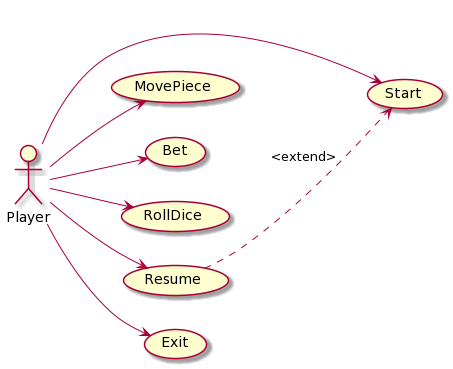
Before: rup/usecase/use_cases.png, a diagram exported from PlantUML (USantaTecla-game-backgammon/backgammon).
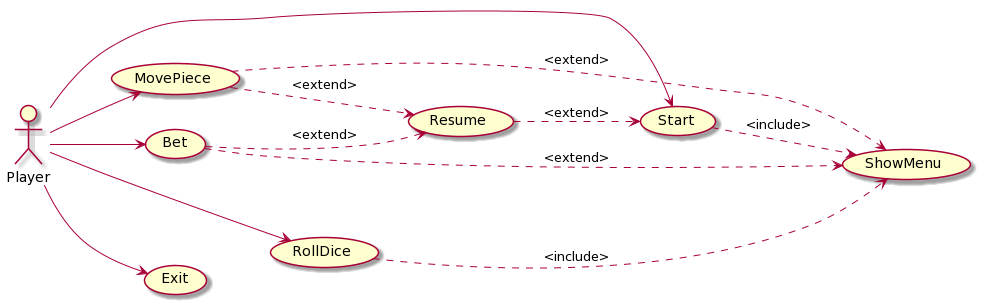
After the change.

The edit, as a diff of the source:
```diff
@@ -10,11 +10,18 @@
 usecase Resume
 usecase Exit
 
+usecase ShowMenu
+
 Player --> Start
+Start ..> ShowMenu : <include>
 Player --> MovePiece
+MovePiece ..> ShowMenu : <extend>
 Player --> Bet
+Bet ..> ShowMenu : <extend>
+Bet ..> Resume : <extend>
 Player --> RollDice
-Player --> Resume
+RollDice ..> ShowMenu : <include>
+MovePiece ..> Resume : <extend>
 Resume ..> Start : <extend>
 Player --> Exit
 @enduml
```
